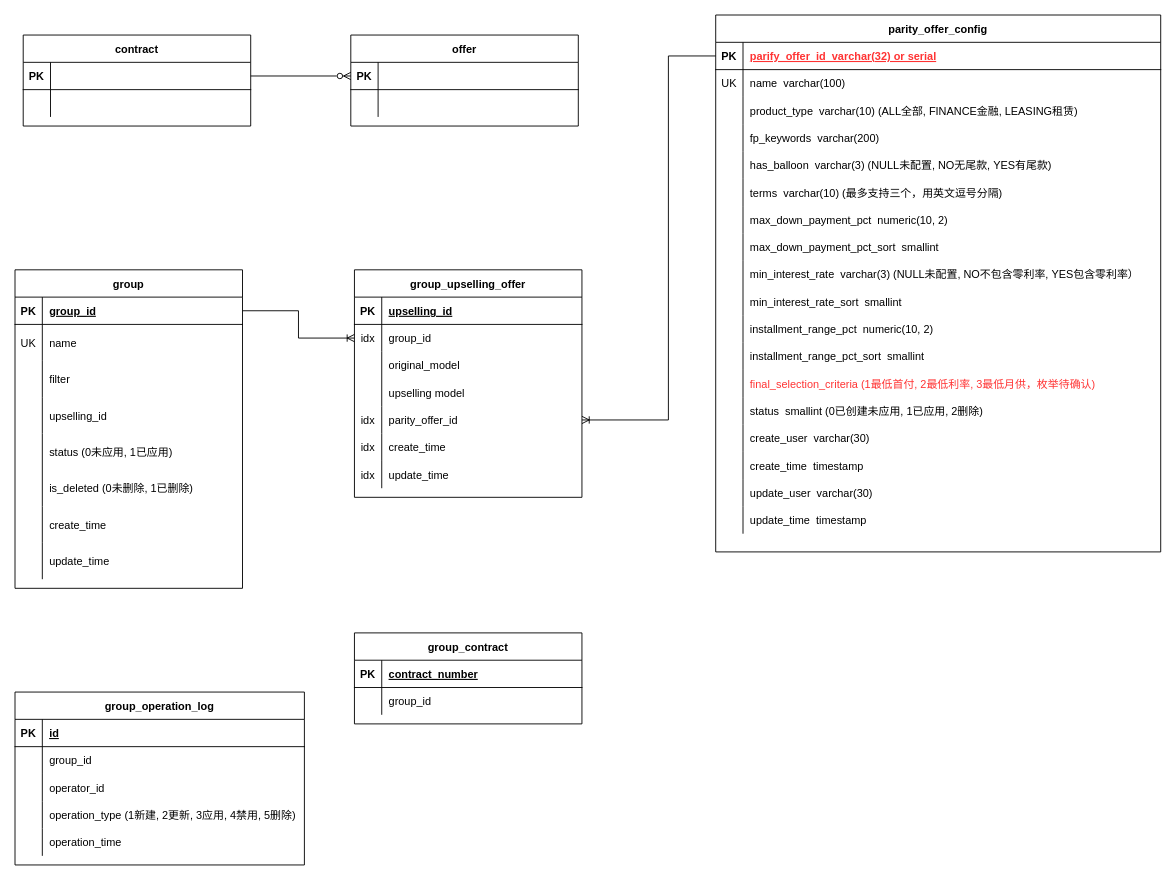
The draw.io diagram insight.drawio in likun0121/insight, before the edit. Source tidied: cells renumbered, new cells numbered last; positions are measured from the earlier drawing's top-left corner, leaving out a move shared by most shapes. Both pictures are drawn from the tidied source at 91%, with x=0, y=0 at pixel (15, 15).
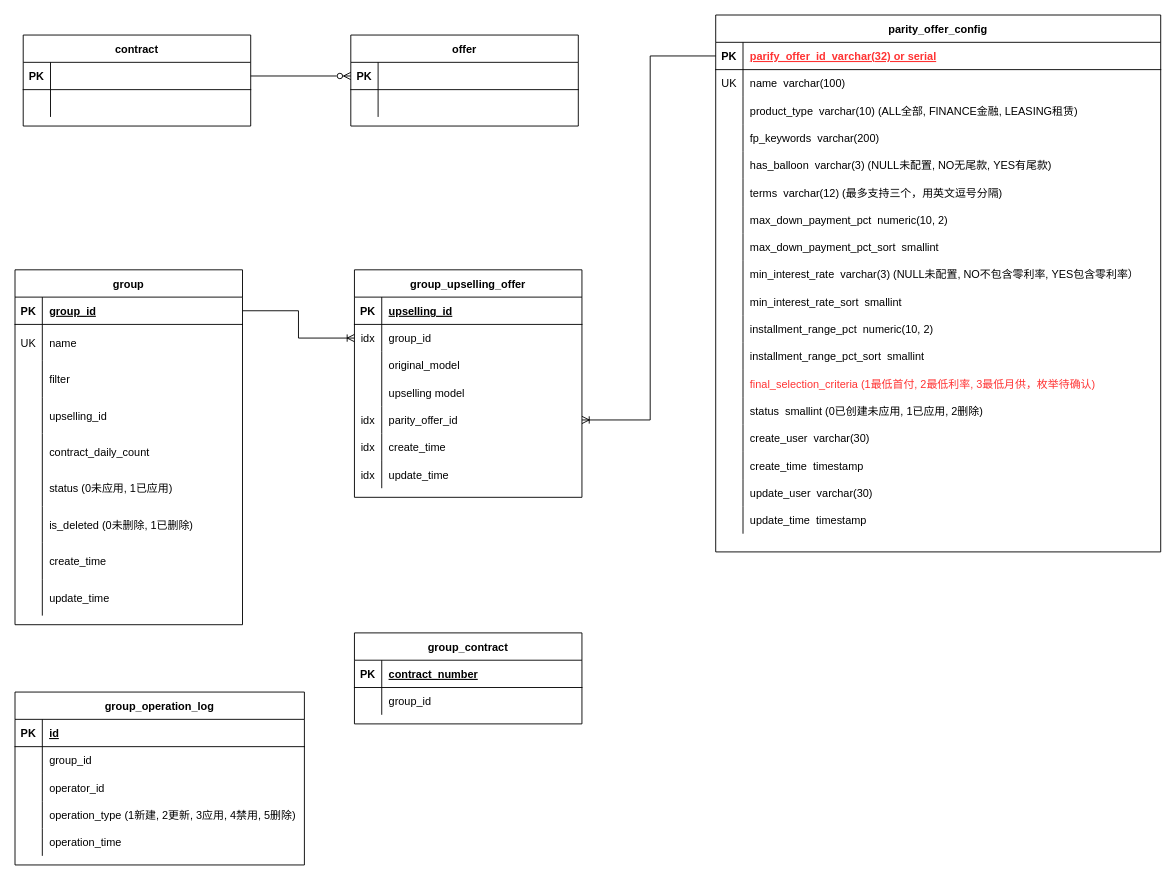
Above is the later version.

The change refers to these unchanged cells:
```xml
<mxCell id="43" style="shape=partialRectangle;fillColor=none;points=[[0,0.5],[1,0.5]];portConstraint=eastwest;top=0;left=0;right=0;bottom=1;" parent="42" vertex="1">
  <mxGeometry y="30" width="489" height="30" as="geometry" />
</mxCell>
<mxCell id="58" style="shape=partialRectangle;fillColor=none;top=0;left=0;right=0;bottom=0;" parent="42" vertex="1">
  <mxGeometry y="180" width="489" height="30" as="geometry" />
</mxCell>
<mxCell id="110" style="shape=partialRectangle;fillColor=none;points=[[0,0.5],[1,0.5]];portConstraint=eastwest;top=0;left=0;right=0;bottom=0;" parent="97" vertex="1">
  <mxGeometry y="150" width="250" height="30" as="geometry" />
</mxCell>
```

Change to the diagram source:
```diff
@@
     <mxCell id="17" value="group" style="shape=table;startSize=30;childLayout=tableLayout;rowLines=0;fontStyle=1;align=center;" parent="1" vertex="1">
-      <mxGeometry y="280" width="250" height="350" as="geometry" />
+      <mxGeometry y="280" width="250" height="390" as="geometry" />
     </mxCell>
@@
+    <mxCell id="144" style="shape=partialRectangle;fillColor=none;top=0;left=0;right=0;bottom=0;" parent="17" vertex="1">
+      <mxGeometry y="180" width="250" height="40" as="geometry" />
+    </mxCell>
+    <mxCell id="145" style="shape=partialRectangle;overflow=hidden;fillColor=none;top=0;left=0;bottom=0;right=0;" parent="144" vertex="1">
+      <mxGeometry width="30" height="40" as="geometry" />
+    </mxCell>
+    <mxCell id="146" value="contract_daily_count" style="shape=partialRectangle;overflow=hidden;fillColor=none;top=0;left=0;bottom=0;right=0;align=left;spacingLeft=6;" parent="144" vertex="1">
+      <mxGeometry x="30" width="220" height="40" as="geometry" />
+    </mxCell>
     <mxCell id="30" style="shape=partialRectangle;fillColor=none;top=0;left=0;right=0;bottom=0;" parent="17" vertex="1">
-      <mxGeometry y="180" width="250" height="40" as="geometry" />
+      <mxGeometry y="220" width="250" height="40" as="geometry" />
     </mxCell>
@@
     <mxCell id="33" style="shape=partialRectangle;fillColor=none;top=0;left=0;right=0;bottom=0;" parent="17" vertex="1">
-      <mxGeometry y="220" width="250" height="40" as="geometry" />
+      <mxGeometry y="260" width="250" height="40" as="geometry" />
     </mxCell>
@@
     <mxCell id="36" style="shape=partialRectangle;fillColor=none;top=0;left=0;right=0;bottom=0;" parent="17" vertex="1">
-      <mxGeometry y="260" width="250" height="40" as="geometry" />
+      <mxGeometry y="300" width="250" height="40" as="geometry" />
     </mxCell>
@@
     <mxCell id="39" style="shape=partialRectangle;fillColor=none;top=0;left=0;right=0;bottom=0;" parent="17" vertex="1">
-      <mxGeometry y="300" width="250" height="40" as="geometry" />
+      <mxGeometry y="340" width="250" height="40" as="geometry" />
     </mxCell>
@@
-    <mxCell id="60" value="terms  varchar(10) (最多支持三个，用英文逗号分隔)" style="shape=partialRectangle;overflow=hidden;fillColor=none;top=0;left=0;bottom=0;right=0;align=left;spacingLeft=6;" parent="58" vertex="1">
+    <mxCell id="60" value="terms  varchar(12) (最多支持三个，用英文逗号分隔)" style="shape=partialRectangle;overflow=hidden;fillColor=none;top=0;left=0;bottom=0;right=0;align=left;spacingLeft=6;" parent="58" vertex="1">
       <mxGeometry x="30" width="459" height="30" as="geometry" />
     </mxCell>
@@
     <mxCell id="127" style="edgeStyle=orthogonalEdgeStyle;rounded=0;jettySize=auto;html=1;exitX=1;exitY=0.5;exitDx=0;exitDy=0;entryX=0;entryY=0.5;entryDx=0;entryDy=0;startArrow=ERoneToMany;startFill=0;endArrow=none;endFill=0;" parent="1" edge="1" source="110" target="43">
       <mxGeometry relative="1" as="geometry">
         <Array as="points">
-          <mxPoint x="718" y="445" />
-          <mxPoint x="718" y="45" />
+          <mxPoint x="698" y="445" />
+          <mxPoint x="698" y="45" />
         </Array>
       </mxGeometry>
     </mxCell>
```
